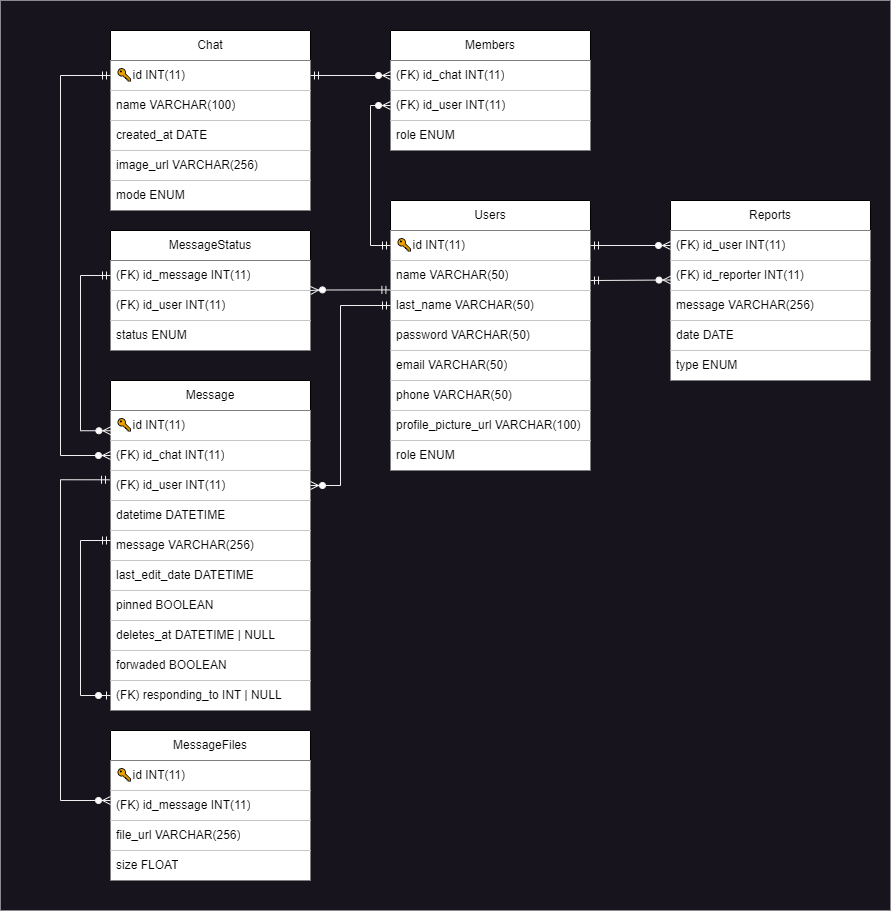
Before: assets/RelationalSchema.png, a diagram exported from draw.io (benjahuenchunir/React_Madrid_backend). Source tidied: cells renumbered, new cells last; positions are measured from the earlier drawing's top-left corner, leaving out a move shared by most shapes.
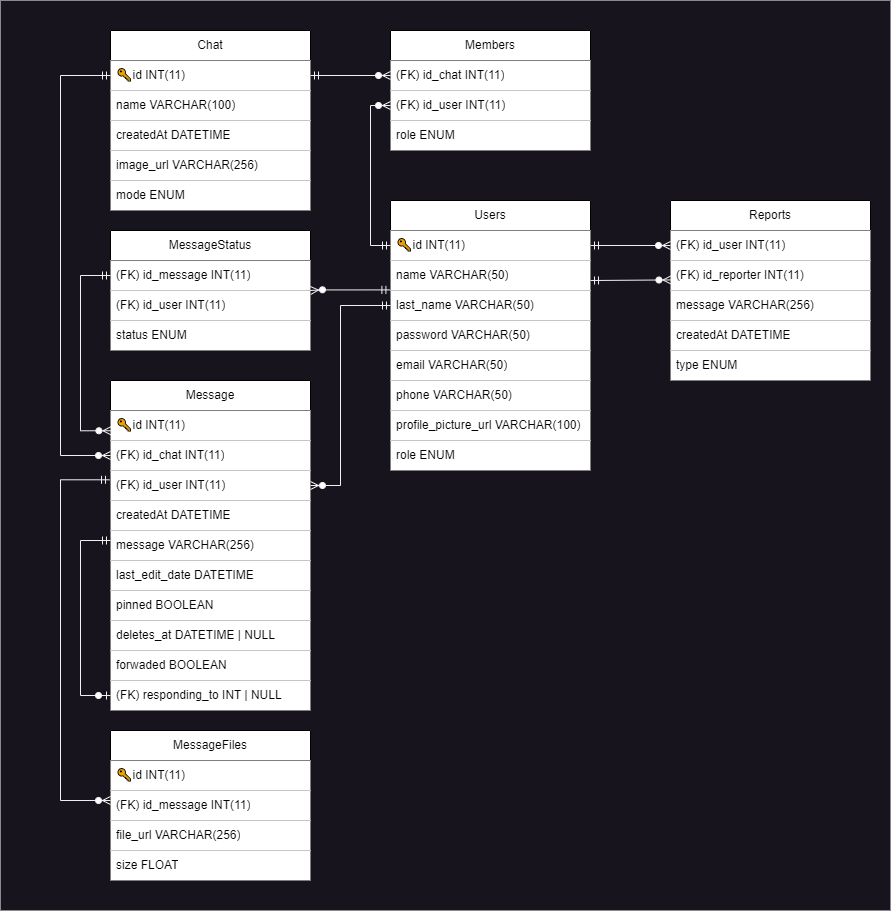
After the change.

Change to the diagram source:
```diff
@@ -41,7 +41,7 @@
     <mxCell id="14" value="name VARCHAR(100)" style="text;strokeColor=none;fillColor=default;align=left;verticalAlign=middle;spacingLeft=4;spacingRight=4;overflow=hidden;whiteSpace=wrap;html=1;" parent="12" vertex="1">
       <mxGeometry y="60" width="200" height="30" as="geometry" />
     </mxCell>
-    <mxCell id="15" value="created_at DATE" style="text;strokeColor=none;fillColor=default;align=left;verticalAlign=middle;spacingLeft=4;spacingRight=4;overflow=hidden;whiteSpace=wrap;html=1;" parent="12" vertex="1">
+    <mxCell id="15" value="createdAt&amp;nbsp;DATETIME" style="text;strokeColor=none;fillColor=default;align=left;verticalAlign=middle;spacingLeft=4;spacingRight=4;overflow=hidden;whiteSpace=wrap;html=1;" parent="12" vertex="1">
       <mxGeometry y="90" width="200" height="30" as="geometry" />
     </mxCell>
     <mxCell id="16" value="image_url VARCHAR(256)" style="text;strokeColor=none;fillColor=default;align=left;verticalAlign=middle;spacingLeft=4;spacingRight=4;overflow=hidden;whiteSpace=wrap;html=1;" parent="12" vertex="1">
@@ -74,7 +74,7 @@
     <mxCell id="25" value="message VARCHAR(256)" style="text;strokeColor=none;fillColor=default;align=left;verticalAlign=middle;spacingLeft=4;spacingRight=4;overflow=hidden;whiteSpace=wrap;html=1;" parent="22" vertex="1">
       <mxGeometry y="90" width="200" height="30" as="geometry" />
     </mxCell>
-    <mxCell id="26" value="date DATE" style="text;strokeColor=none;fillColor=default;align=left;verticalAlign=middle;spacingLeft=4;spacingRight=4;overflow=hidden;whiteSpace=wrap;html=1;" parent="22" vertex="1">
+    <mxCell id="26" value="createdAt DATETIME" style="text;strokeColor=none;fillColor=default;align=left;verticalAlign=middle;spacingLeft=4;spacingRight=4;overflow=hidden;whiteSpace=wrap;html=1;" parent="22" vertex="1">
       <mxGeometry y="120" width="200" height="30" as="geometry" />
     </mxCell>
     <mxCell id="27" value="type ENUM" style="text;strokeColor=none;fillColor=default;align=left;verticalAlign=middle;spacingLeft=4;spacingRight=4;overflow=hidden;whiteSpace=wrap;html=1;" parent="22" vertex="1">
@@ -92,7 +92,7 @@
     <mxCell id="31" value="(FK) id_user INT(11)" style="text;strokeColor=none;fillColor=default;align=left;verticalAlign=middle;spacingLeft=4;spacingRight=4;overflow=hidden;points=[[0,0.5],[1,0.5]];portConstraint=eastwest;whiteSpace=wrap;html=1;" parent="28" vertex="1">
       <mxGeometry y="90" width="200" height="30" as="geometry" />
     </mxCell>
-    <mxCell id="32" value="datetime DATETIME" style="text;strokeColor=none;fillColor=default;align=left;verticalAlign=middle;spacingLeft=4;spacingRight=4;overflow=hidden;whiteSpace=wrap;html=1;" parent="28" vertex="1">
+    <mxCell id="32" value="createdAt&amp;nbsp;DATETIME" style="text;strokeColor=none;fillColor=default;align=left;verticalAlign=middle;spacingLeft=4;spacingRight=4;overflow=hidden;whiteSpace=wrap;html=1;" parent="28" vertex="1">
       <mxGeometry y="120" width="200" height="30" as="geometry" />
     </mxCell>
     <mxCell id="33" value="message VARCHAR(256)" style="text;strokeColor=none;fillColor=default;align=left;verticalAlign=middle;spacingLeft=4;spacingRight=4;overflow=hidden;whiteSpace=wrap;html=1;" parent="28" vertex="1">
```
